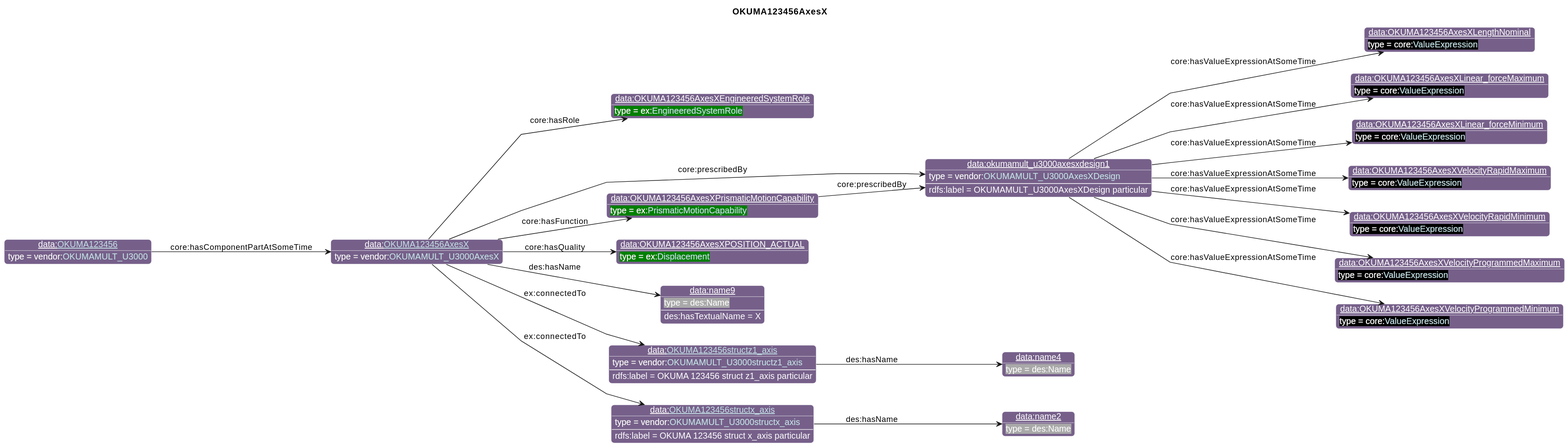
Above: diagrams/OKUMA123456AxesX.svg in iofoundry/example-syseng-mtconnect (PlantUML), before the change.
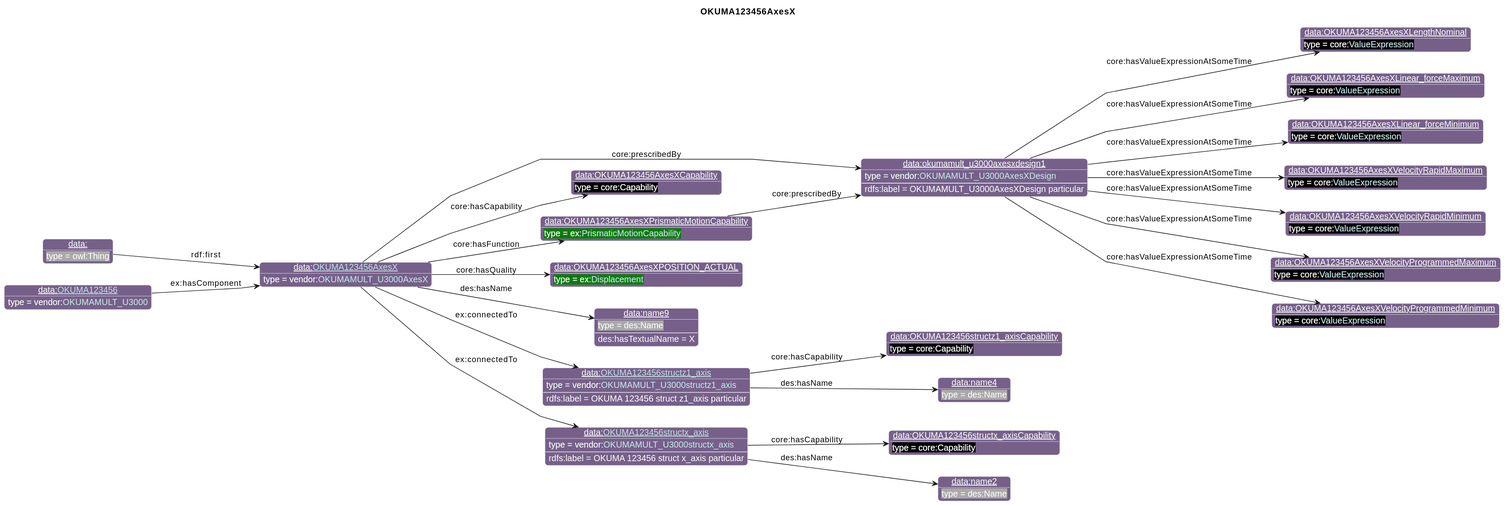
After the commit.

Change to the diagram source:
```diff
@@ -26,43 +26,49 @@
                       "qp":"641B2E"
       }
 individual(o0, data:[[./OKUMA123456AxesX.html OKUMA123456AxesX]], vendor:[[../OKUMA.html#OKUMAMULT_U3000AxesX OKUMAMULT_U3000AxesX]])
-individual(o1, data:OKUMA123456AxesXEngineeredSystemRole, ex:[[../Example.html#EngineeredSystemRole EngineeredSystemRole]])
-individual(o2, data:okumamult_u3000axesxdesign1, vendor:[[../OKUMA.html#OKUMAMULT_U3000AxesXDesign OKUMAMULT_U3000AxesXDesign]])
-individual(o3, data:OKUMA123456AxesXLengthNominal, core:[[https://spec.industrialontologies.org/ontology/core/Core/ValueExpression ValueExpression]])
-individual(o4, data:OKUMA123456AxesXLinear_forceMaximum, core:[[https://spec.industrialontologies.org/ontology/core/Core/ValueExpression ValueExpression]])
-individual(o5, data:OKUMA123456AxesXLinear_forceMinimum, core:[[https://spec.industrialontologies.org/ontology/core/Core/ValueExpression ValueExpression]])
-individual(o6, data:OKUMA123456AxesXVelocityRapidMaximum, core:[[https://spec.industrialontologies.org/ontology/core/Core/ValueExpression ValueExpression]])
-individual(o7, data:OKUMA123456AxesXVelocityRapidMinimum, core:[[https://spec.industrialontologies.org/ontology/core/Core/ValueExpression ValueExpression]])
-individual(o8, data:OKUMA123456AxesXVelocityProgrammedMaximum, core:[[https://spec.industrialontologies.org/ontology/core/Core/ValueExpression ValueExpression]])
-individual(o9, data:OKUMA123456AxesXVelocityProgrammedMinimum, core:[[https://spec.industrialontologies.org/ontology/core/Core/ValueExpression ValueExpression]])
+individual(o1, data:okumamult_u3000axesxdesign1, vendor:[[../OKUMA.html#OKUMAMULT_U3000AxesXDesign OKUMAMULT_U3000AxesXDesign]])
+individual(o2, data:OKUMA123456AxesXLengthNominal, core:[[https://spec.industrialontologies.org/ontology/core/Core/ValueExpression ValueExpression]])
+individual(o3, data:OKUMA123456AxesXLinear_forceMaximum, core:[[https://spec.industrialontologies.org/ontology/core/Core/ValueExpression ValueExpression]])
+individual(o4, data:OKUMA123456AxesXLinear_forceMinimum, core:[[https://spec.industrialontologies.org/ontology/core/Core/ValueExpression ValueExpression]])
+individual(o5, data:OKUMA123456AxesXVelocityRapidMaximum, core:[[https://spec.industrialontologies.org/ontology/core/Core/ValueExpression ValueExpression]])
+individual(o6, data:OKUMA123456AxesXVelocityRapidMinimum, core:[[https://spec.industrialontologies.org/ontology/core/Core/ValueExpression ValueExpression]])
+individual(o7, data:OKUMA123456AxesXVelocityProgrammedMaximum, core:[[https://spec.industrialontologies.org/ontology/core/Core/ValueExpression ValueExpression]])
+individual(o8, data:OKUMA123456AxesXVelocityProgrammedMinimum, core:[[https://spec.industrialontologies.org/ontology/core/Core/ValueExpression ValueExpression]])
+individual(o9, data:OKUMA123456AxesXCapability, core:Capability)
 individual(o10, data:OKUMA123456AxesXPrismaticMotionCapability, ex:[[../Example.html#PrismaticMotionCapability PrismaticMotionCapability]])
 individual(o11, data:OKUMA123456AxesXPOSITION_ACTUAL, ex:[[../Example.html#Displacement Displacement]])
 individual(o12, data:name9, des:Name)
 individual(o13, data:[[./OKUMA123456structz1_axis.html OKUMA123456structz1_axis]], vendor:[[../OKUMA.html#OKUMAMULT_U3000structz1_axis OKUMAMULT_U3000structz1_axis]])
-individual(o14, data:name4, des:Name)
-individual(o15, data:[[./OKUMA123456structx_axis.html OKUMA123456structx_axis]], vendor:[[../OKUMA.html#OKUMAMULT_U3000structx_axis OKUMAMULT_U3000structx_axis]])
-individual(o16, data:name2, des:Name)
-individual(o17, data:[[./OKUMA123456.html OKUMA123456]], vendor:[[../OKUMA.html#OKUMAMULT_U3000 OKUMAMULT_U3000]])
-property(o0, "core:hasRole", o1)
-property(o0, "core:prescribedBy", o2)
-data(o2, "rdfs:label", "OKUMAMULT_U3000AxesXDesign particular")
-property(o2, "core:hasValueExpressionAtSomeTime", o3)
-property(o2, "core:hasValueExpressionAtSomeTime", o4)
-property(o2, "core:hasValueExpressionAtSomeTime", o5)
-property(o2, "core:hasValueExpressionAtSomeTime", o6)
-property(o2, "core:hasValueExpressionAtSomeTime", o7)
-property(o2, "core:hasValueExpressionAtSomeTime", o8)
-property(o2, "core:hasValueExpressionAtSomeTime", o9)
+individual(o14, data:OKUMA123456structz1_axisCapability, core:Capability)
+individual(o15, data:name4, des:Name)
+individual(o16, data:[[./OKUMA123456structx_axis.html OKUMA123456structx_axis]], vendor:[[../OKUMA.html#OKUMAMULT_U3000structx_axis OKUMAMULT_U3000structx_axis]])
+individual(o17, data:OKUMA123456structx_axisCapability, core:Capability)
+individual(o18, data:name2, des:Name)
+individual(o19, data:, owl:Thing)
+individual(o20, data:[[./OKUMA123456.html OKUMA123456]], vendor:[[../OKUMA.html#OKUMAMULT_U3000 OKUMAMULT_U3000]])
+property(o0, "core:prescribedBy", o1)
+data(o1, "rdfs:label", "OKUMAMULT_U3000AxesXDesign particular")
+property(o1, "core:hasValueExpressionAtSomeTime", o2)
+property(o1, "core:hasValueExpressionAtSomeTime", o3)
+property(o1, "core:hasValueExpressionAtSomeTime", o4)
+property(o1, "core:hasValueExpressionAtSomeTime", o5)
+property(o1, "core:hasValueExpressionAtSomeTime", o6)
+property(o1, "core:hasValueExpressionAtSomeTime", o7)
+property(o1, "core:hasValueExpressionAtSomeTime", o8)
+property(o0, "core:hasCapability", o9)
 property(o0, "core:hasFunction", o10)
-property(o10, "core:prescribedBy", o2)
+property(o10, "core:prescribedBy", o1)
 property(o0, "core:hasQuality", o11)
 property(o0, "des:hasName", o12)
 data(o12, "des:hasTextualName", "X")
 property(o0, "ex:connectedTo", o13)
 data(o13, "rdfs:label", "OKUMA 123456 struct z1_axis particular")
-property(o13, "des:hasName", o14)
-property(o0, "ex:connectedTo", o15)
-data(o15, "rdfs:label", "OKUMA 123456 struct x_axis particular")
-property(o15, "des:hasName", o16)
-property(o17, "core:hasComponentPartAtSomeTime", o0)
+property(o13, "core:hasCapability", o14)
+property(o13, "des:hasName", o15)
+property(o0, "ex:connectedTo", o16)
+data(o16, "rdfs:label", "OKUMA 123456 struct x_axis particular")
+property(o16, "core:hasCapability", o17)
+property(o16, "des:hasName", o18)
+property(o19, "rdf:first", o0)
+property(o20, "ex:hasComponent", o0)
 @enduml
```
